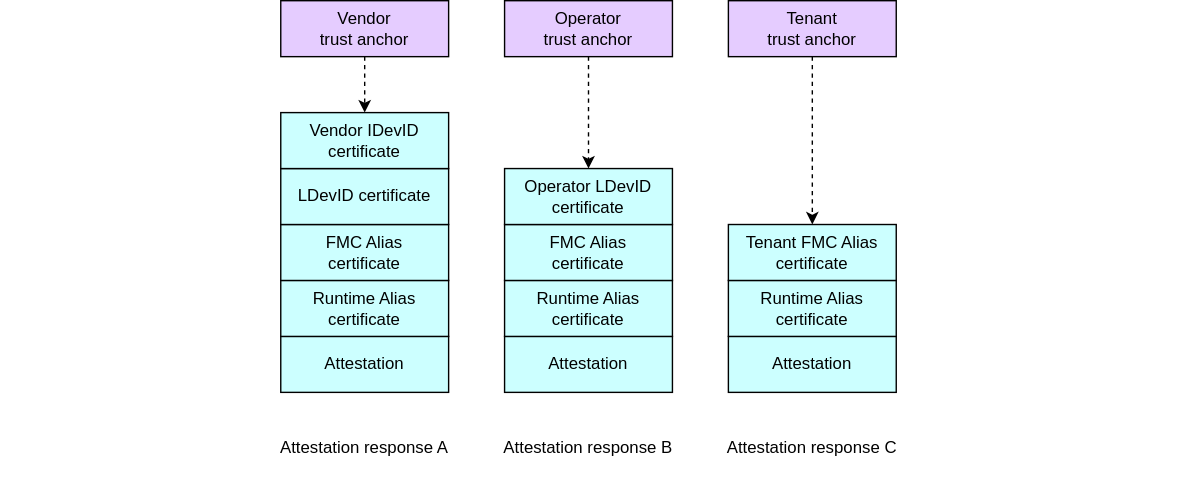
Above: specifications/device-trust-anchor-management/diagrams/anchor_point_selection.drawio.svg in opencomputeproject/Security (draw.io), before the change. Source tidied: cells renumbered, new cells last; positions are measured from the earlier drawing's top-left corner, leaving out a move shared by most shapes.
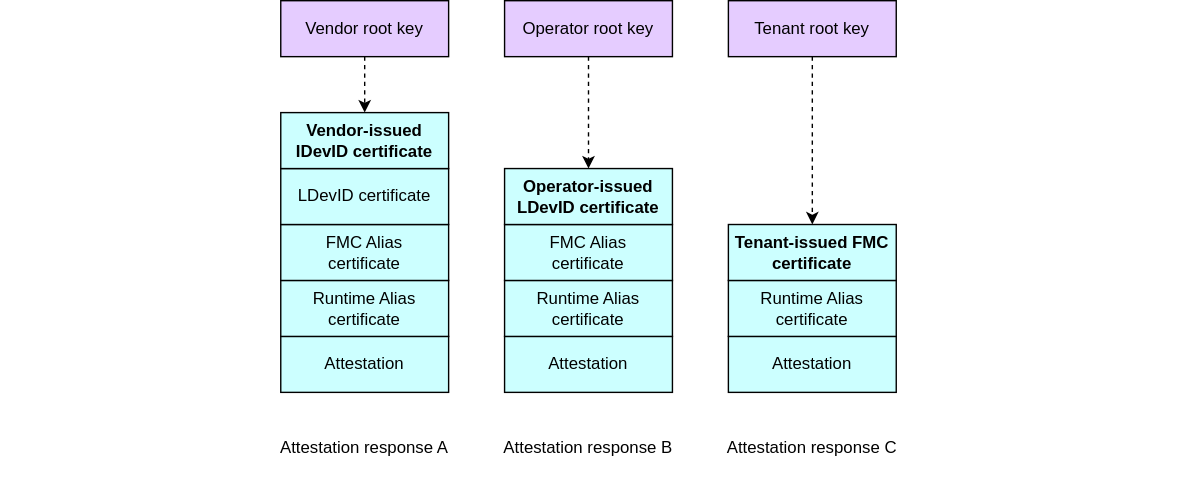
The same diagram one commit later.

The edit, as a diff of the source:
```diff
@@ -14,7 +14,7 @@
     <mxCell id="5" value="&lt;div&gt;&lt;font color=&quot;#000000&quot;&gt;Runtime Alias&lt;/font&gt;&lt;/div&gt;&lt;div&gt;&lt;font color=&quot;#000000&quot;&gt;certificate&lt;/font&gt;&lt;/div&gt;" style="rounded=0;whiteSpace=wrap;html=1;align=center;verticalAlign=middle;shadow=0;glass=0;spacingLeft=0;spacingBottom=0;spacingTop=0;fillColor=#CCFFFF;" parent="1" vertex="1">
       <mxGeometry x="520" y="200" width="120" height="40" as="geometry" />
     </mxCell>
-    <mxCell id="6" value="&lt;div&gt;&lt;font color=&quot;#000000&quot;&gt;Tenant FMC Alias&lt;/font&gt;&lt;/div&gt;&lt;div&gt;certificate&lt;/div&gt;" style="rounded=0;whiteSpace=wrap;html=1;align=center;verticalAlign=middle;shadow=0;glass=0;spacingLeft=0;spacingBottom=0;spacingTop=0;fillColor=#CCFFFF;" parent="1" vertex="1">
+    <mxCell id="6" value="&lt;div&gt;&lt;font color=&quot;#000000&quot;&gt;Tenant-issued FMC&lt;/font&gt;&lt;/div&gt;&lt;div&gt;certificate&lt;/div&gt;" style="rounded=0;whiteSpace=wrap;html=1;align=center;verticalAlign=middle;shadow=0;glass=0;spacingLeft=0;spacingBottom=0;spacingTop=0;fillColor=#CCFFFF;fontStyle=1;" parent="1" vertex="1">
       <mxGeometry x="520" y="160" width="120" height="40" as="geometry" />
     </mxCell>
     <mxCell id="7" value="&lt;div&gt;&lt;font color=&quot;#000000&quot;&gt;Attestation&lt;/font&gt;&lt;/div&gt;" style="rounded=0;whiteSpace=wrap;html=1;align=center;verticalAlign=middle;shadow=0;glass=0;spacingLeft=0;spacingBottom=0;spacingTop=0;fillColor=#CCFFFF;" parent="1" vertex="1">
@@ -26,7 +26,7 @@
     <mxCell id="9" value="&lt;div&gt;&lt;font color=&quot;#000000&quot;&gt;FMC Alias&lt;/font&gt;&lt;/div&gt;&lt;div&gt;&lt;font color=&quot;#000000&quot;&gt;certificate&lt;/font&gt;&lt;/div&gt;" style="rounded=0;whiteSpace=wrap;html=1;align=center;verticalAlign=middle;shadow=0;glass=0;spacingLeft=0;spacingBottom=0;spacingTop=0;fillColor=#CCFFFF;" parent="1" vertex="1">
       <mxGeometry x="360" y="160" width="120" height="40" as="geometry" />
     </mxCell>
-    <mxCell id="10" value="&lt;div&gt;&lt;font color=&quot;#000000&quot;&gt;Operator LDevID certificate&lt;/font&gt;&lt;/div&gt;" style="rounded=0;whiteSpace=wrap;html=1;align=center;verticalAlign=middle;shadow=0;glass=0;spacingLeft=0;spacingBottom=0;spacingTop=0;fillColor=#CCFFFF;" parent="1" vertex="1">
+    <mxCell id="10" value="&lt;div&gt;&lt;font color=&quot;#000000&quot;&gt;Operator-issued LDevID certificate&lt;/font&gt;&lt;/div&gt;" style="rounded=0;whiteSpace=wrap;html=1;align=center;verticalAlign=middle;shadow=0;glass=0;spacingLeft=0;spacingBottom=0;spacingTop=0;fillColor=#CCFFFF;fontStyle=1;" parent="1" vertex="1">
       <mxGeometry x="360" y="120" width="120" height="40" as="geometry" />
     </mxCell>
     <mxCell id="11" value="&lt;div&gt;&lt;font color=&quot;#000000&quot;&gt;Attestation&lt;/font&gt;&lt;/div&gt;" style="rounded=0;whiteSpace=wrap;html=1;align=center;verticalAlign=middle;shadow=0;glass=0;spacingLeft=0;spacingBottom=0;spacingTop=0;fillColor=#CCFFFF;" parent="1" vertex="1">
@@ -41,7 +41,7 @@
     <mxCell id="14" value="&lt;div&gt;&lt;font color=&quot;#000000&quot;&gt;LDevID certificate&lt;/font&gt;&lt;/div&gt;" style="rounded=0;whiteSpace=wrap;html=1;align=center;verticalAlign=middle;shadow=0;glass=0;spacingLeft=0;spacingBottom=0;spacingTop=0;fillColor=#CCFFFF;" parent="1" vertex="1">
       <mxGeometry x="200" y="120" width="120" height="40" as="geometry" />
     </mxCell>
-    <mxCell id="15" value="&lt;div&gt;&lt;font color=&quot;#000000&quot;&gt;Vendor IDevID&amp;nbsp;&lt;/font&gt;&lt;span style=&quot;background-color: transparent;&quot;&gt;certificate&lt;/span&gt;&lt;/div&gt;" style="rounded=0;whiteSpace=wrap;html=1;align=center;verticalAlign=middle;shadow=0;glass=0;spacingLeft=0;spacingBottom=0;spacingTop=0;fillColor=#CCFFFF;" parent="1" vertex="1">
+    <mxCell id="15" value="&lt;div&gt;&lt;font color=&quot;#000000&quot;&gt;Vendor-issued IDevID&amp;nbsp;&lt;/font&gt;&lt;span style=&quot;background-color: transparent;&quot;&gt;certificate&lt;/span&gt;&lt;/div&gt;" style="rounded=0;whiteSpace=wrap;html=1;align=center;verticalAlign=middle;shadow=0;glass=0;spacingLeft=0;spacingBottom=0;spacingTop=0;fillColor=#CCFFFF;fontStyle=1;" parent="1" vertex="1">
       <mxGeometry x="200" y="80" width="120" height="40" as="geometry" />
     </mxCell>
     <mxCell id="16" value="&lt;div&gt;&lt;font color=&quot;#000000&quot;&gt;Attestation&amp;nbsp;&lt;/font&gt;&lt;span style=&quot;background-color: transparent;&quot;&gt;response A&lt;/span&gt;&lt;/div&gt;" style="rounded=0;whiteSpace=wrap;html=1;align=center;verticalAlign=middle;shadow=0;glass=0;spacingLeft=0;spacingBottom=0;spacingTop=0;fillColor=none;strokeColor=none;" parent="1" vertex="1">
@@ -50,19 +50,19 @@
     <mxCell id="17" style="edgeStyle=none;html=1;exitX=0.5;exitY=1;exitDx=0;exitDy=0;entryX=0.5;entryY=0;entryDx=0;entryDy=0;dashed=1;" parent="1" edge="1" source="18" target="15">
       <mxGeometry relative="1" as="geometry" />
     </mxCell>
-    <mxCell id="18" value="Vendor&lt;div&gt;trust anchor&lt;/div&gt;" style="rounded=0;whiteSpace=wrap;html=1;align=center;verticalAlign=middle;shadow=0;glass=0;spacingLeft=0;spacingBottom=0;spacingTop=0;fillColor=#E5CCFF;" parent="1" vertex="1">
+    <mxCell id="18" value="Vendor&amp;nbsp;&lt;span style=&quot;background-color: transparent;&quot;&gt;root key&lt;/span&gt;" style="rounded=0;whiteSpace=wrap;html=1;align=center;verticalAlign=middle;shadow=0;glass=0;spacingLeft=0;spacingBottom=0;spacingTop=0;fillColor=#E5CCFF;" parent="1" vertex="1">
       <mxGeometry x="200" width="120" height="40" as="geometry" />
     </mxCell>
     <mxCell id="19" style="edgeStyle=none;html=1;exitX=0.5;exitY=1;exitDx=0;exitDy=0;entryX=0.5;entryY=0;entryDx=0;entryDy=0;dashed=1;" parent="1" edge="1" source="20" target="10">
       <mxGeometry relative="1" as="geometry" />
     </mxCell>
-    <mxCell id="20" value="Operator&lt;div&gt;trust anchor&lt;/div&gt;" style="rounded=0;whiteSpace=wrap;html=1;align=center;verticalAlign=middle;shadow=0;glass=0;spacingLeft=0;spacingBottom=0;spacingTop=0;fillColor=#E5CCFF;" parent="1" vertex="1">
+    <mxCell id="20" value="Operator&amp;nbsp;&lt;span style=&quot;background-color: transparent;&quot;&gt;root key&lt;/span&gt;" style="rounded=0;whiteSpace=wrap;html=1;align=center;verticalAlign=middle;shadow=0;glass=0;spacingLeft=0;spacingBottom=0;spacingTop=0;fillColor=#E5CCFF;" parent="1" vertex="1">
       <mxGeometry x="360" width="120" height="40" as="geometry" />
     </mxCell>
     <mxCell id="21" style="edgeStyle=none;html=1;exitX=0.5;exitY=1;exitDx=0;exitDy=0;entryX=0.5;entryY=0;entryDx=0;entryDy=0;dashed=1;" parent="1" edge="1" source="22" target="6">
       <mxGeometry relative="1" as="geometry" />
     </mxCell>
-    <mxCell id="22" value="Tenant&lt;br&gt;&lt;div&gt;trust anchor&lt;/div&gt;" style="rounded=0;whiteSpace=wrap;html=1;align=center;verticalAlign=middle;shadow=0;glass=0;spacingLeft=0;spacingBottom=0;spacingTop=0;fillColor=#E5CCFF;" parent="1" vertex="1">
+    <mxCell id="22" value="Tenant&amp;nbsp;&lt;span style=&quot;background-color: transparent;&quot;&gt;root key&lt;/span&gt;" style="rounded=0;whiteSpace=wrap;html=1;align=center;verticalAlign=middle;shadow=0;glass=0;spacingLeft=0;spacingBottom=0;spacingTop=0;fillColor=#E5CCFF;" parent="1" vertex="1">
       <mxGeometry x="520" width="120" height="40" as="geometry" />
     </mxCell>
     <mxCell id="23" value="&lt;div&gt;&lt;font color=&quot;#000000&quot;&gt;Attestation&amp;nbsp;&lt;/font&gt;&lt;span style=&quot;background-color: transparent;&quot;&gt;response B&lt;/span&gt;&lt;/div&gt;" style="rounded=0;whiteSpace=wrap;html=1;align=center;verticalAlign=middle;shadow=0;glass=0;spacingLeft=0;spacingBottom=0;spacingTop=0;fillColor=none;strokeColor=none;" parent="1" vertex="1">
```
